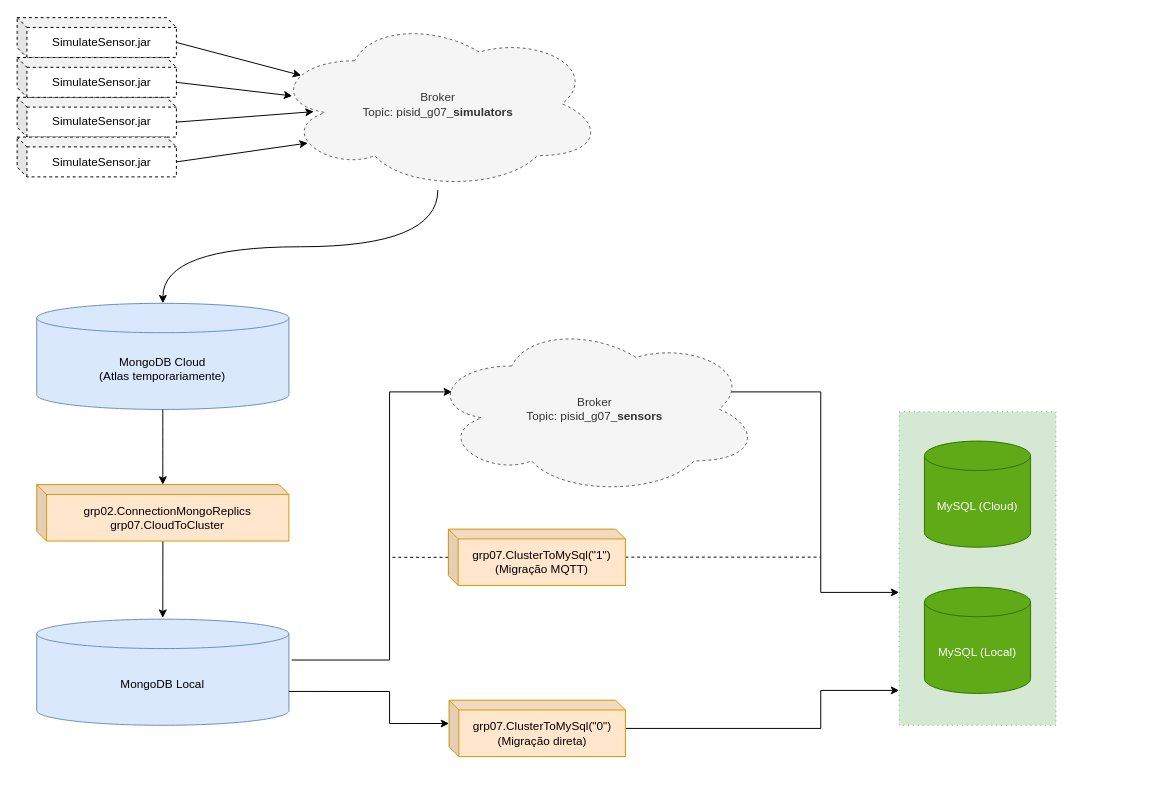
Before: java-app/app-scheme.drawio in gui-ant/psid, a draw.io diagram. Source tidied: cells renumbered, new cells numbered last; positions are measured from the earlier drawing's top-left corner, leaving out a move shared by most shapes. Both pictures are drawn from the tidied source at 98%, with x=0, y=0 at pixel (17, 18).
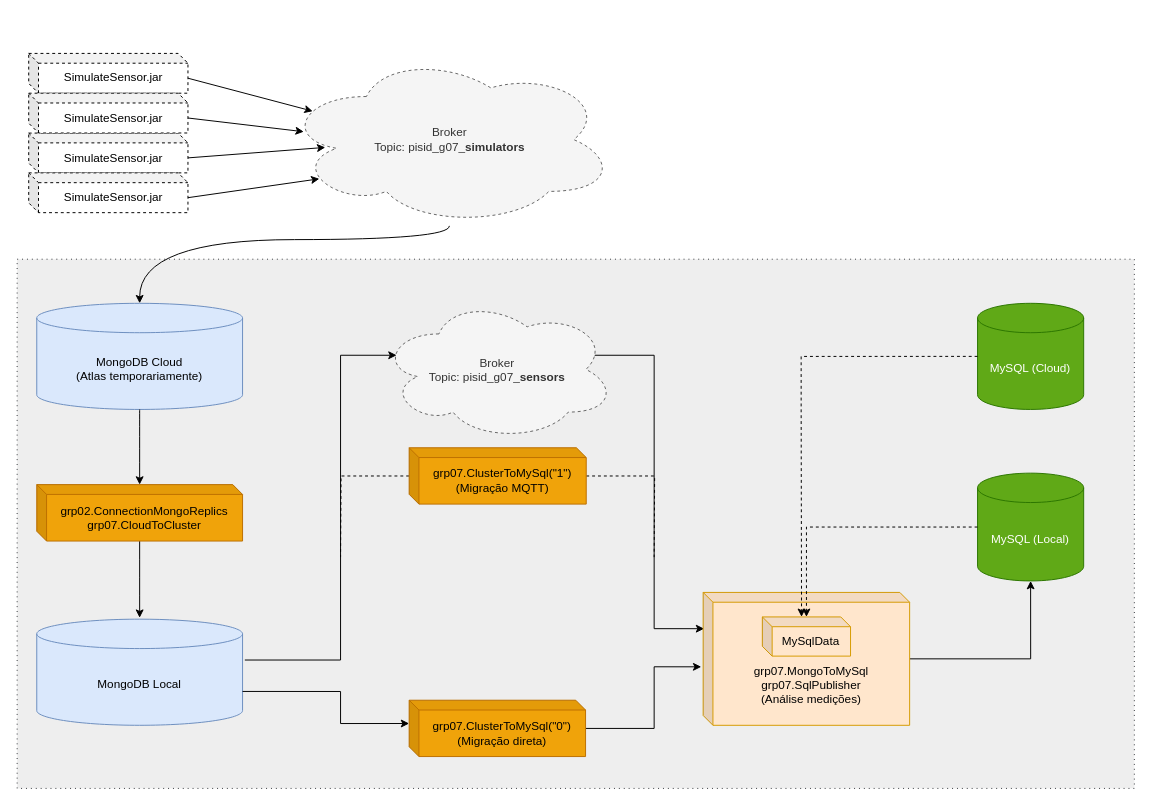
The same page after the edit.

Change to the diagram source:
```diff
@@
+    <mxCell id="31" style="rounded=0;whiteSpace=wrap;html=1;dashed=1;dashPattern=1 4;fillColor=#eeeeee;strokeColor=#36393d;" parent="1" vertex="1">
+      <mxGeometry y="246" width="1140" height="540" as="geometry" />
+    </mxCell>
     <mxCell id="2" value="Broker&lt;br&gt;Topic: pisid_g07_&lt;b&gt;simulators&lt;/b&gt;" style="ellipse;shape=cloud;whiteSpace=wrap;html=1;dashed=1;fillColor=#f5f5f5;strokeColor=#666666;fontColor=#333333;" parent="1" vertex="1">
-      <mxGeometry x="260" y="-0.5" width="338.5" height="176" as="geometry" />
+      <mxGeometry x="271.8" y="36" width="338.5" height="176" as="geometry" />
     </mxCell>
     <mxCell id="3" value="SimulateSensor.jar" style="shape=cube;whiteSpace=wrap;html=1;boundedLbl=1;backgroundOutline=1;darkOpacity=0.05;darkOpacity2=0.1;dashed=1;size=10;" parent="1" vertex="1">
-      <mxGeometry y="-0.5" width="162.5" height="40.6" as="geometry" />
+      <mxGeometry x="11.8" y="36" width="162.5" height="40.6" as="geometry" />
     </mxCell>
     <mxCell id="4" style="rounded=0;jettySize=auto;html=1;exitX=0;exitY=0;exitDx=162.50033898305085;exitDy=25.3125;exitPerimeter=0;entryX=0.088;entryY=0.335;entryDx=0;entryDy=0;entryPerimeter=0;" parent="1" edge="1" source="3" target="2">
-      <mxGeometry x="20" as="geometry" />
+      <mxGeometry x="31.8" y="36.5" as="geometry" />
     </mxCell>
     <mxCell id="5" style="edgeStyle=none;rounded=0;jettySize=auto;html=1;exitX=0;exitY=0;exitDx=162.50033898305085;exitDy=25.3125;exitPerimeter=0;entryX=0.126;entryY=0.545;entryDx=0;entryDy=0;entryPerimeter=0;" parent="1" edge="1" source="6" target="2">
-      <mxGeometry x="20" as="geometry" />
+      <mxGeometry x="31.8" y="36.5" as="geometry" />
     </mxCell>
     <mxCell id="6" value="SimulateSensor.jar" style="shape=cube;whiteSpace=wrap;html=1;boundedLbl=1;backgroundOutline=1;darkOpacity=0.05;darkOpacity2=0.1;dashed=1;size=10;" parent="1" vertex="1">
-      <mxGeometry y="80.8" width="162.5" height="40.6" as="geometry" />
+      <mxGeometry x="11.8" y="117.3" width="162.5" height="40.6" as="geometry" />
     </mxCell>
     <mxCell id="7" style="edgeStyle=none;rounded=0;jettySize=auto;html=1;exitX=0;exitY=0;exitDx=162.50033898305085;exitDy=25.3125;exitPerimeter=0;entryX=0.108;entryY=0.727;entryDx=0;entryDy=0;entryPerimeter=0;" parent="1" edge="1" source="8" target="2">
-      <mxGeometry x="20" as="geometry" />
+      <mxGeometry x="31.8" y="36.5" as="geometry" />
     </mxCell>
     <mxCell id="8" value="SimulateSensor.jar" style="shape=cube;whiteSpace=wrap;html=1;boundedLbl=1;backgroundOutline=1;darkOpacity=0.05;darkOpacity2=0.1;dashed=1;size=10;" parent="1" vertex="1">
-      <mxGeometry y="121.4" width="162.5" height="40.6" as="geometry" />
+      <mxGeometry x="11.8" y="157.9" width="162.5" height="40.6" as="geometry" />
     </mxCell>
     <mxCell id="9" value="SimulateSensor.jar" style="shape=cube;whiteSpace=wrap;html=1;boundedLbl=1;backgroundOutline=1;darkOpacity=0.05;darkOpacity2=0.1;dashed=1;size=10;" parent="1" vertex="1">
-      <mxGeometry y="40.2" width="162.5" height="40.6" as="geometry" />
+      <mxGeometry x="11.8" y="76.6" width="162.5" height="40.6" as="geometry" />
     </mxCell>
     <mxCell id="10" style="edgeStyle=none;rounded=0;jettySize=auto;html=1;entryX=0.061;entryY=0.454;entryDx=0;entryDy=0;entryPerimeter=0;exitX=0;exitY=0;exitDx=162.50033898305085;exitDy=25.3125;exitPerimeter=0;" parent="1" edge="1" source="9" target="2">
-      <mxGeometry x="20" as="geometry" />
+      <mxGeometry x="31.8" y="36.5" as="geometry" />
     </mxCell>
     <mxCell id="11" style="edgeStyle=orthogonalEdgeStyle;rounded=0;jettySize=auto;html=1;curved=1;" parent="1" edge="1" source="2" target="13">
-      <mxGeometry x="20" as="geometry" />
+      <mxGeometry x="20" as="geometry">
+        <Array as="points">
+          <mxPoint x="441" y="226" />
+          <mxPoint x="125" y="226" />
+        </Array>
+      </mxGeometry>
     </mxCell>
     <mxCell id="12" style="group;" parent="1" vertex="1">
-      <mxGeometry x="20" y="356" width="257.3" height="365.6" as="geometry" />
+      <mxGeometry x="20" y="356" width="210" height="365.6" as="geometry" />
     </mxCell>
     <mxCell id="13" value="MongoDB Cloud&lt;br&gt;(Atlas temporariamente)" style="shape=cylinder3;whiteSpace=wrap;html=1;boundedLbl=1;backgroundOutline=1;size=15;fillColor=#dae8fc;strokeColor=#6c8ebf;" parent="12" vertex="1">
-      <mxGeometry y="-65" width="257.3" height="108.3" as="geometry" />
+      <mxGeometry y="-65" width="210" height="108.3" as="geometry" />
     </mxCell>
     <mxCell id="14" value="MongoDB Local" style="shape=cylinder3;whiteSpace=wrap;html=1;boundedLbl=1;backgroundOutline=1;size=15;fillColor=#dae8fc;strokeColor=#6c8ebf;" parent="12" vertex="1">
-      <mxGeometry y="257.3" width="257.3" height="108.3" as="geometry" />
+      <mxGeometry y="257.3" width="210" height="108.3" as="geometry" />
     </mxCell>
     <mxCell id="15" style="edgeStyle=orthogonalEdgeStyle;curved=1;rounded=0;jettySize=auto;html=1;" parent="12" edge="1" source="16">
       <mxGeometry relative="1" as="geometry">
-        <mxPoint x="128.6" y="255.9" as="targetPoint" />
+        <mxPoint x="105" y="255.9" as="targetPoint" />
       </mxGeometry>
     </mxCell>
-    <mxCell id="16" value="grp02.ConnectionMongoReplics&lt;br&gt;grp07.CloudToCluster" style="shape=cube;whiteSpace=wrap;html=1;boundedLbl=1;backgroundOutline=1;darkOpacity=0.05;darkOpacity2=0.1;size=10;fillColor=#ffe6cc;strokeColor=#d79b00;" parent="12" vertex="1">
-      <mxGeometry y="120" width="257.3" height="57.6" as="geometry" />
+    <mxCell id="16" value="grp02.ConnectionMongoReplics&lt;br&gt;grp07.CloudToCluster" style="shape=cube;whiteSpace=wrap;html=1;boundedLbl=1;backgroundOutline=1;darkOpacity=0.05;darkOpacity2=0.1;size=10;fillColor=#f0a30a;strokeColor=#BD7000;fontColor=#000000;" parent="12" vertex="1">
+      <mxGeometry y="120" width="210" height="57.6" as="geometry" />
     </mxCell>
@@
-    <mxCell id="18" style="edgeStyle=orthogonalEdgeStyle;rounded=0;jettySize=auto;html=1;" parent="1" edge="1" source="19" target="28">
+    <mxCell id="18" style="edgeStyle=orthogonalEdgeStyle;rounded=0;jettySize=auto;html=1;entryX=-0.009;entryY=0.56;entryDx=0;entryDy=0;entryPerimeter=0;" parent="1" edge="1" source="19" target="33">
       <mxGeometry relative="1" as="geometry">
         <Array as="points">
-          <mxPoint x="820" y="725" />
-          <mxPoint x="820" y="686" />
+          <mxPoint x="650" y="725" />
+          <mxPoint x="650" y="662" />
         </Array>
       </mxGeometry>
     </mxCell>
-    <mxCell id="19" value="grp07.ClusterToMySql(&quot;0&quot;)&lt;br&gt;(Migração direta)" style="shape=cube;whiteSpace=wrap;html=1;boundedLbl=1;backgroundOutline=1;darkOpacity=0.05;darkOpacity2=0.1;size=10;fillColor=#ffe6cc;strokeColor=#d79b00;" parent="1" vertex="1">
-      <mxGeometry x="440.7" y="696" width="180" height="57.5" as="geometry" />
+    <mxCell id="19" value="grp07.ClusterToMySql(&quot;0&quot;)&lt;br&gt;(Migração direta)" style="shape=cube;whiteSpace=wrap;html=1;boundedLbl=1;backgroundOutline=1;darkOpacity=0.05;darkOpacity2=0.1;size=10;fillColor=#f0a30a;strokeColor=#BD7000;fontColor=#000000;" parent="1" vertex="1">
+      <mxGeometry x="400" y="696" width="180" height="57.5" as="geometry" />
     </mxCell>
-    <mxCell id="20" style="edgeStyle=orthogonalEdgeStyle;rounded=0;jettySize=auto;html=1;endArrow=classic;endFill=1;exitX=0.91;exitY=0.4;exitDx=0;exitDy=0;exitPerimeter=0;" parent="1" edge="1" source="21" target="28">
+    <mxCell id="20" style="edgeStyle=orthogonalEdgeStyle;rounded=0;jettySize=auto;html=1;endArrow=classic;endFill=1;exitX=0.91;exitY=0.4;exitDx=0;exitDy=0;exitPerimeter=0;entryX=0.005;entryY=0.273;entryDx=0;entryDy=0;entryPerimeter=0;" parent="1" edge="1" source="21" target="33">
       <mxGeometry relative="1" as="geometry">
         <Array as="points">
-          <mxPoint x="820" y="381" />
-          <mxPoint x="820" y="586" />
+          <mxPoint x="650" y="344" />
+          <mxPoint x="650" y="623" />
         </Array>
       </mxGeometry>
     </mxCell>
     <mxCell id="21" value="Broker&lt;br&gt;Topic: pisid_g07_&lt;b&gt;sensors&lt;/b&gt;" style="ellipse;shape=cloud;whiteSpace=wrap;html=1;dashed=1;fillColor=#f5f5f5;strokeColor=#666666;fontColor=#333333;" parent="1" vertex="1">
-      <mxGeometry x="420" y="311" width="338.5" height="176" as="geometry" />
+      <mxGeometry x="370.4" y="286" width="240" height="145" as="geometry" />
     </mxCell>
     <mxCell id="22" style="edgeStyle=orthogonalEdgeStyle;rounded=0;jettySize=auto;html=1;dashed=1;endArrow=none;endFill=0;" parent="1" edge="1" source="24">
       <mxGeometry relative="1" as="geometry">
-        <mxPoint x="380" y="550.2" as="targetPoint" />
+        <mxPoint x="330" y="550" as="targetPoint" />
       </mxGeometry>
     </mxCell>
     <mxCell id="23" style="edgeStyle=orthogonalEdgeStyle;rounded=0;jettySize=auto;html=1;endArrow=none;endFill=0;dashed=1;" parent="1" edge="1" source="24">
       <mxGeometry relative="1" as="geometry">
-        <mxPoint x="820" y="550" as="targetPoint" />
-        <Array as="points">
-          <mxPoint x="820" y="550" />
-        </Array>
+        <mxPoint x="650" y="550" as="targetPoint" />
       </mxGeometry>
     </mxCell>
-    <mxCell id="24" value="grp07.ClusterToMySql(&quot;1&quot;) &lt;br&gt;(Migração MQTT)" style="shape=cube;whiteSpace=wrap;html=1;boundedLbl=1;backgroundOutline=1;darkOpacity=0.05;darkOpacity2=0.1;size=10;fillColor=#ffe6cc;strokeColor=#d79b00;" parent="1" vertex="1">
-      <mxGeometry x="440" y="521.4" width="180.7" height="57.5" as="geometry" />
+    <mxCell id="24" value="grp07.ClusterToMySql(&quot;1&quot;) &lt;br&gt;(Migração MQTT)" style="shape=cube;whiteSpace=wrap;html=1;boundedLbl=1;backgroundOutline=1;darkOpacity=0.05;darkOpacity2=0.1;size=10;fillColor=#f0a30a;strokeColor=#BD7000;fontColor=#000000;" parent="1" vertex="1">
+      <mxGeometry x="400" y="438.4" width="180.7" height="57.5" as="geometry" />
     </mxCell>
     <mxCell id="25" style="edgeStyle=orthogonalEdgeStyle;rounded=0;jettySize=auto;html=1;entryX=0;entryY=0;entryDx=0;entryDy=23.775;entryPerimeter=0;exitX=1;exitY=0;exitDx=0;exitDy=73.75;exitPerimeter=0;" parent="1" edge="1" source="14" target="19">
       <mxGeometry relative="1" as="geometry">
         <Array as="points">
-          <mxPoint x="380" y="687" />
-          <mxPoint x="380" y="720" />
+          <mxPoint x="330" y="687" />
+          <mxPoint x="330" y="720" />
         </Array>
       </mxGeometry>
     </mxCell>
     <mxCell id="26" style="edgeStyle=orthogonalEdgeStyle;rounded=0;jettySize=auto;html=1;entryX=0.07;entryY=0.4;entryDx=0;entryDy=0;entryPerimeter=0;exitX=1.011;exitY=0.385;exitDx=0;exitDy=0;exitPerimeter=0;" parent="1" edge="1" source="14" target="21">
       <mxGeometry relative="1" as="geometry">
         <Array as="points">
-          <mxPoint x="380" y="655" />
-          <mxPoint x="380" y="381" />
+          <mxPoint x="330" y="655" />
+          <mxPoint x="330" y="344" />
         </Array>
       </mxGeometry>
     </mxCell>
-    <mxCell id="27" style="group;" parent="1" vertex="1">
-      <mxGeometry x="900" y="401.6" width="160" height="320" as="geometry" />
-    </mxCell>
-    <mxCell id="28" style="rounded=0;whiteSpace=wrap;html=1;fillColor=#d5e8d4;strokeColor=#82b366;dashed=1;dashPattern=1 4;" parent="27" vertex="1">
-      <mxGeometry width="160" height="320" as="geometry" />
-    </mxCell>
-    <mxCell id="29" value="MySQL (Cloud)" style="shape=cylinder3;whiteSpace=wrap;html=1;boundedLbl=1;backgroundOutline=1;size=15;fillColor=#60a917;strokeColor=#2D7600;fontColor=#ffffff;" parent="27" vertex="1">
-      <mxGeometry x="25.8" y="30" width="108.3" height="108.3" as="geometry" />
+    <mxCell id="29" value="MySQL (Cloud)" style="shape=cylinder3;whiteSpace=wrap;html=1;boundedLbl=1;backgroundOutline=1;size=15;fillColor=#60a917;strokeColor=#2D7600;fontColor=#ffffff;" parent="1" vertex="1">
+      <mxGeometry x="980" y="291" width="108.3" height="108.3" as="geometry" />
     </mxCell>
-    <mxCell id="30" value="MySQL (Local)" style="shape=cylinder3;whiteSpace=wrap;html=1;boundedLbl=1;backgroundOutline=1;size=15;fillColor=#60a917;strokeColor=#2D7600;fontColor=#ffffff;" parent="27" vertex="1">
-      <mxGeometry x="25.8" y="179.2" width="108.3" height="108.3" as="geometry" />
+    <mxCell id="30" value="MySQL (Local)" style="shape=cylinder3;whiteSpace=wrap;html=1;boundedLbl=1;backgroundOutline=1;size=15;fillColor=#60a917;strokeColor=#2D7600;fontColor=#ffffff;" parent="1" vertex="1">
+      <mxGeometry x="980" y="464.3" width="108.3" height="110" as="geometry" />
     </mxCell>
+    <mxCell id="32" style="edgeStyle=orthogonalEdgeStyle;rounded=0;jettySize=auto;html=1;entryX=0.5;entryY=1;entryDx=0;entryDy=0;entryPerimeter=0;endArrow=classic;endFill=1;" parent="1" edge="1" source="33" target="30">
+      <mxGeometry relative="1" as="geometry">
+        <Array as="points">
+          <mxPoint x="1034" y="654" />
+        </Array>
+      </mxGeometry>
+    </mxCell>
+    <mxCell id="33" value="&lt;br&gt;&lt;br&gt;&lt;br&gt;grp07.MongoToMySql&lt;br&gt;grp07.SqlPublisher&lt;br&gt;(Análise medições)" style="shape=cube;whiteSpace=wrap;html=1;boundedLbl=1;backgroundOutline=1;darkOpacity=0.05;darkOpacity2=0.1;size=10;fillColor=#ffe6cc;strokeColor=#d79b00;" parent="1" vertex="1">
+      <mxGeometry x="700" y="586" width="210.7" height="135.6" as="geometry" />
+    </mxCell>
+    <mxCell id="34" value="MySqlData" style="shape=cube;whiteSpace=wrap;html=1;boundedLbl=1;backgroundOutline=1;darkOpacity=0.05;darkOpacity2=0.1;size=10;fillColor=#ffe6cc;strokeColor=#d79b00;" parent="1" vertex="1">
+      <mxGeometry x="760.4" y="611" width="90" height="40" as="geometry" />
+    </mxCell>
+    <mxCell id="35" style="edgeStyle=orthogonalEdgeStyle;rounded=0;jettySize=auto;html=1;dashed=1;endArrow=classic;endFill=1;exitX=0;exitY=0.5;exitDx=0;exitDy=0;exitPerimeter=0;entryX=0;entryY=0;entryDx=40;entryDy=0;entryPerimeter=0;" parent="1" edge="1" source="29" target="34">
+      <mxGeometry relative="1" as="geometry">
+        <Array as="points">
+          <mxPoint x="800" y="345" />
+          <mxPoint x="800" y="399" />
+        </Array>
+      </mxGeometry>
+    </mxCell>
+    <mxCell id="36" style="edgeStyle=orthogonalEdgeStyle;rounded=0;jettySize=auto;html=1;endArrow=classic;endFill=1;dashed=1;" parent="1" edge="1" source="30" target="34">
+      <mxGeometry relative="1" as="geometry" />
+    </mxCell>
```
